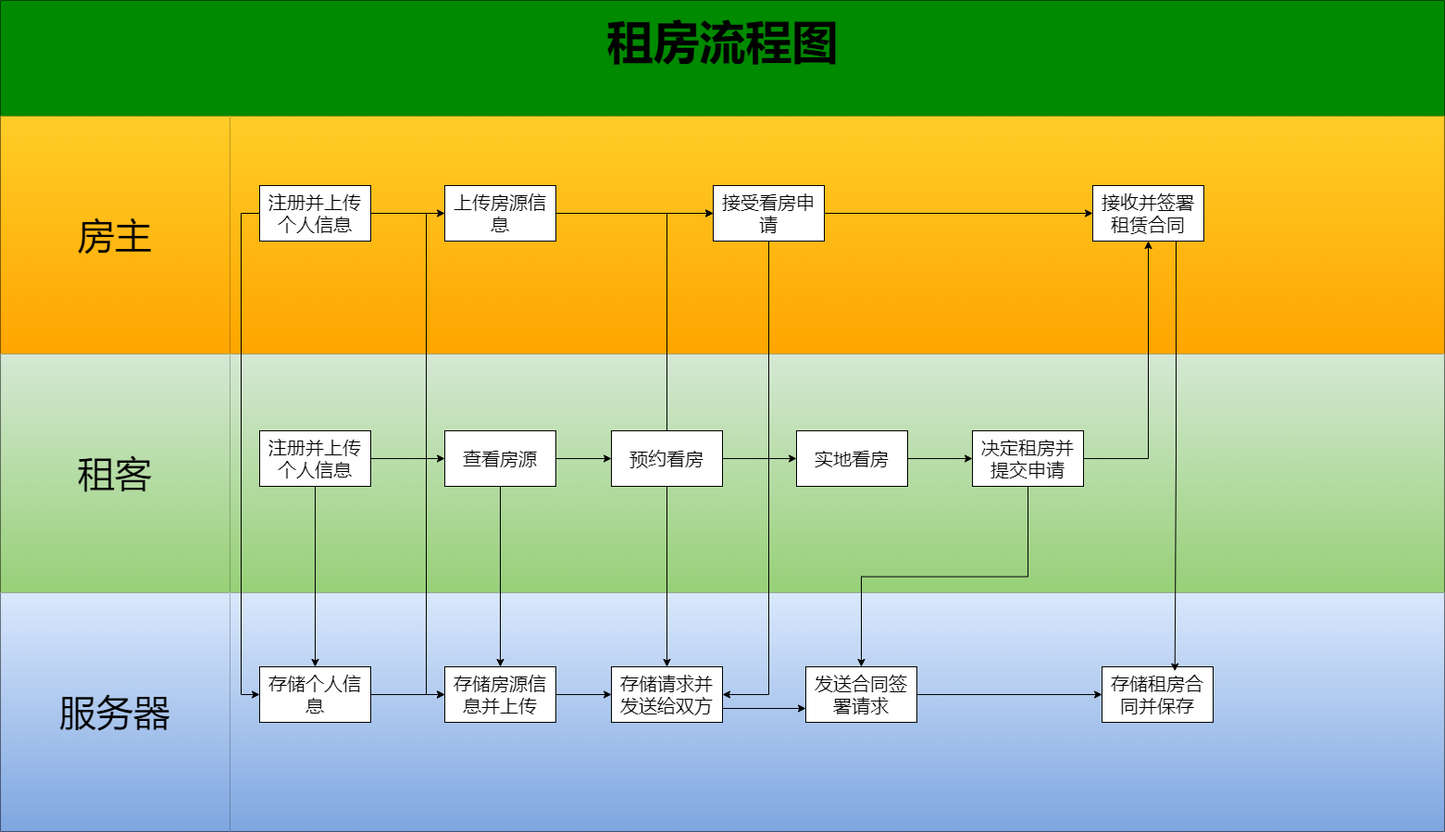
The draw.io diagram Plans/租房流程图.png in 1228785484/RentHouseThing, before a commit. Source tidied: cells renumbered, new cells last; positions are measured from the earlier drawing's top-left corner, leaving out a move shared by most shapes.
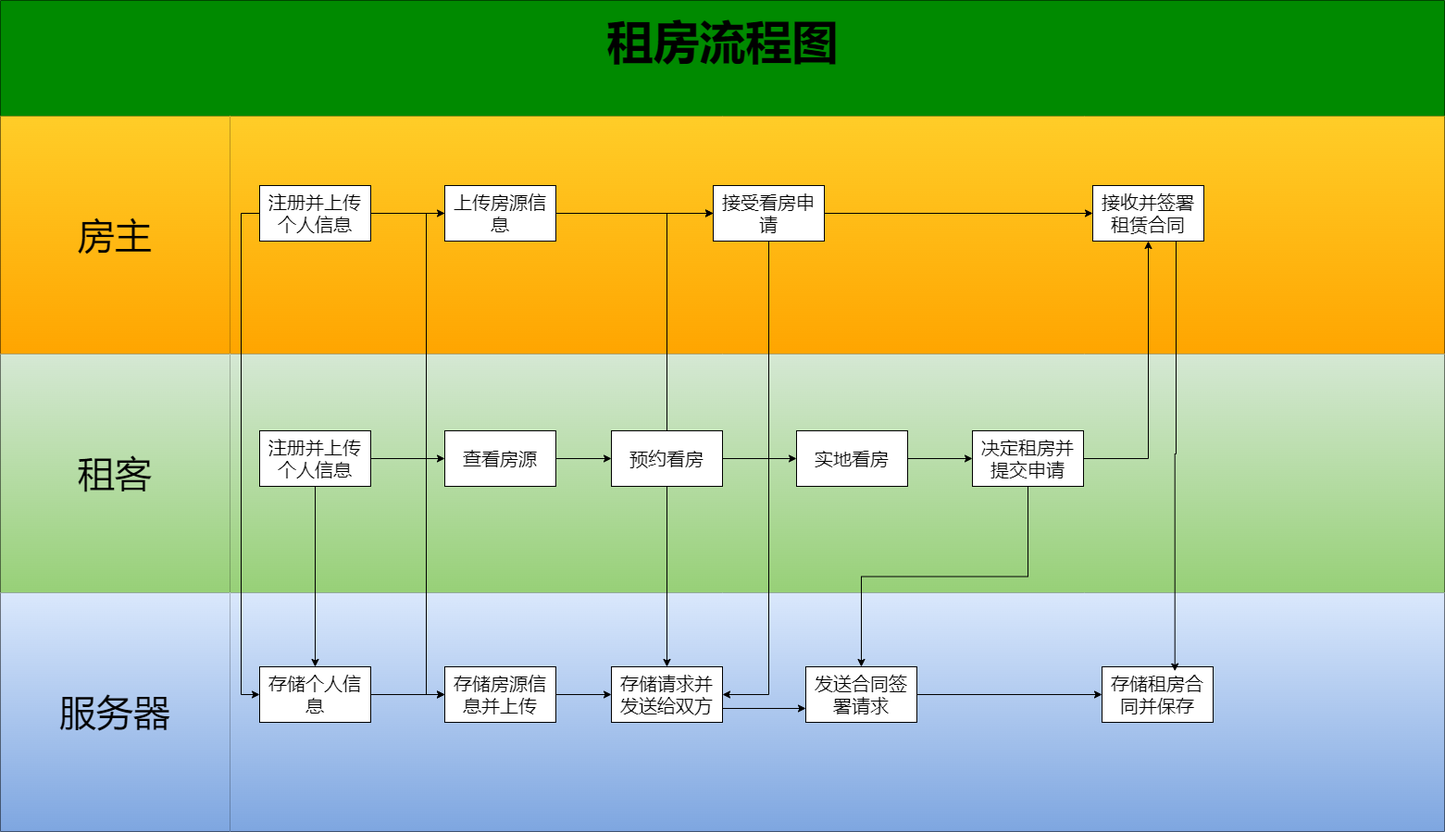
After the commit.

Commit message:
更新租房流程图.png

Diff of the diagram source:
```diff
@@ -56,9 +56,6 @@
     <mxCell id="19" style="edgeStyle=orthogonalEdgeStyle;rounded=0;jettySize=auto;html=1;entryX=0;entryY=0.5;entryDx=0;entryDy=0;" parent="1" edge="1" source="21" target="18">
       <mxGeometry relative="1" as="geometry" />
     </mxCell>
-    <mxCell id="20" style="edgeStyle=orthogonalEdgeStyle;rounded=0;jettySize=auto;html=1;" parent="1" edge="1" source="21" target="35">
-      <mxGeometry relative="1" as="geometry" />
-    </mxCell>
     <mxCell id="21" value="&lt;font style=&quot;font-size: 20px;&quot;&gt;查看房源&lt;/font&gt;" style="rounded=0;whiteSpace=wrap;html=1;" parent="1" vertex="1">
       <mxGeometry x="480" y="465" width="120" height="60" as="geometry" />
     </mxCell>
```
